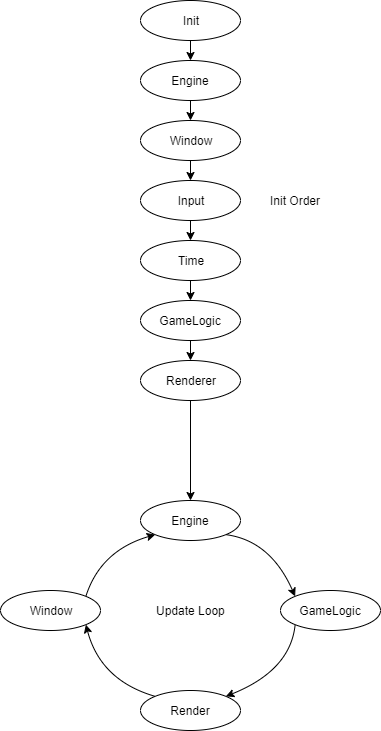
The draw.io diagram dokumentaatio/Kuvat/suorituskaavio.png in brontto/ot-LightWeightSaurus, before a commit. Source tidied: cells renumbered, new cells last; positions are measured from the earlier drawing's top-left corner, leaving out a move shared by most shapes.
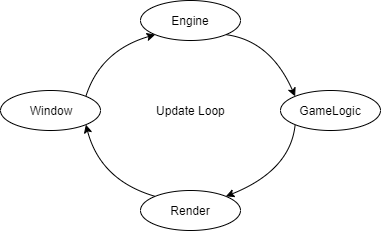
The same diagram one commit later.

What changed in the source:
```diff
@@ -14,42 +14,6 @@
     <mxCell id="5" value="Render" style="ellipse;whiteSpace=wrap;html=1;align=center;" parent="1" vertex="1">
       <mxGeometry x="140" y="690" width="100" height="40" as="geometry" />
     </mxCell>
-    <mxCell id="6" style="edgeStyle=orthogonalEdgeStyle;rounded=0;jettySize=auto;html=1;exitX=0.5;exitY=1;exitDx=0;exitDy=0;entryX=0.5;entryY=0;entryDx=0;entryDy=0;" parent="1" edge="1" source="7" target="9">
-      <mxGeometry relative="1" as="geometry" />
-    </mxCell>
-    <mxCell id="7" value="Init" style="ellipse;whiteSpace=wrap;html=1;align=center;" parent="1" vertex="1">
-      <mxGeometry x="140" width="100" height="40" as="geometry" />
-    </mxCell>
-    <mxCell id="8" style="edgeStyle=orthogonalEdgeStyle;rounded=0;jettySize=auto;html=1;exitX=0.5;exitY=1;exitDx=0;exitDy=0;entryX=0.5;entryY=0;entryDx=0;entryDy=0;" parent="1" edge="1" source="9" target="11">
-      <mxGeometry relative="1" as="geometry" />
-    </mxCell>
-    <mxCell id="9" value="Engine" style="ellipse;whiteSpace=wrap;html=1;align=center;" parent="1" vertex="1">
-      <mxGeometry x="140" y="60" width="100" height="40" as="geometry" />
-    </mxCell>
-    <mxCell id="10" style="edgeStyle=orthogonalEdgeStyle;rounded=0;jettySize=auto;html=1;exitX=0.5;exitY=1;exitDx=0;exitDy=0;entryX=0.5;entryY=0;entryDx=0;entryDy=0;" parent="1" edge="1" source="11" target="13">
-      <mxGeometry relative="1" as="geometry" />
-    </mxCell>
-    <mxCell id="11" value="Window" style="ellipse;whiteSpace=wrap;html=1;align=center;" parent="1" vertex="1">
-      <mxGeometry x="140" y="120" width="100" height="40" as="geometry" />
-    </mxCell>
-    <mxCell id="12" style="edgeStyle=orthogonalEdgeStyle;rounded=0;jettySize=auto;html=1;exitX=0.5;exitY=1;exitDx=0;exitDy=0;entryX=0.5;entryY=0;entryDx=0;entryDy=0;" parent="1" edge="1" source="13" target="15">
-      <mxGeometry relative="1" as="geometry" />
-    </mxCell>
-    <mxCell id="13" value="Input" style="ellipse;whiteSpace=wrap;html=1;align=center;" parent="1" vertex="1">
-      <mxGeometry x="140" y="180" width="100" height="40" as="geometry" />
-    </mxCell>
-    <mxCell id="14" style="edgeStyle=orthogonalEdgeStyle;rounded=0;jettySize=auto;html=1;exitX=0.5;exitY=1;exitDx=0;exitDy=0;entryX=0.5;entryY=0;entryDx=0;entryDy=0;" parent="1" edge="1" source="15" target="17">
-      <mxGeometry relative="1" as="geometry" />
-    </mxCell>
-    <mxCell id="15" value="Time" style="ellipse;whiteSpace=wrap;html=1;align=center;" parent="1" vertex="1">
-      <mxGeometry x="140" y="240" width="100" height="40" as="geometry" />
-    </mxCell>
-    <mxCell id="16" style="edgeStyle=orthogonalEdgeStyle;rounded=0;jettySize=auto;html=1;exitX=0.5;exitY=1;exitDx=0;exitDy=0;entryX=0.5;entryY=0;entryDx=0;entryDy=0;" parent="1" edge="1" source="17" target="23">
-      <mxGeometry relative="1" as="geometry" />
-    </mxCell>
-    <mxCell id="17" value="GameLogic" style="ellipse;whiteSpace=wrap;html=1;align=center;" parent="1" vertex="1">
-      <mxGeometry x="140" y="300" width="100" height="40" as="geometry" />
-    </mxCell>
     <mxCell id="18" style="curved=1;endArrow=classic;html=1;exitX=1;exitY=1;exitDx=0;exitDy=0;entryX=0;entryY=0;entryDx=0;entryDy=0;" parent="1" edge="1" source="2" target="3">
       <mxGeometry relative="1" as="geometry">
         <Array as="points">
@@ -78,17 +42,8 @@
         </Array>
       </mxGeometry>
     </mxCell>
-    <mxCell id="22" style="edgeStyle=orthogonalEdgeStyle;rounded=0;jettySize=auto;html=1;exitX=0.5;exitY=1;exitDx=0;exitDy=0;" parent="1" edge="1" source="23" target="2">
-      <mxGeometry relative="1" as="geometry" />
-    </mxCell>
-    <mxCell id="23" value="Renderer" style="ellipse;whiteSpace=wrap;html=1;align=center;" parent="1" vertex="1">
-      <mxGeometry x="140" y="360" width="100" height="40" as="geometry" />
-    </mxCell>
     <mxCell id="24" value="Update Loop" style="text;html=1;align=center;verticalAlign=middle;" parent="1" vertex="1">
       <mxGeometry x="150" y="600" width="80" height="20" as="geometry" />
     </mxCell>
-    <mxCell id="25" value="Init Order" style="text;html=1;align=center;verticalAlign=middle;" parent="1" vertex="1">
-      <mxGeometry x="260" y="190" width="70" height="20" as="geometry" />
-    </mxCell>
   </root>
 </mxGraphModel>
```
